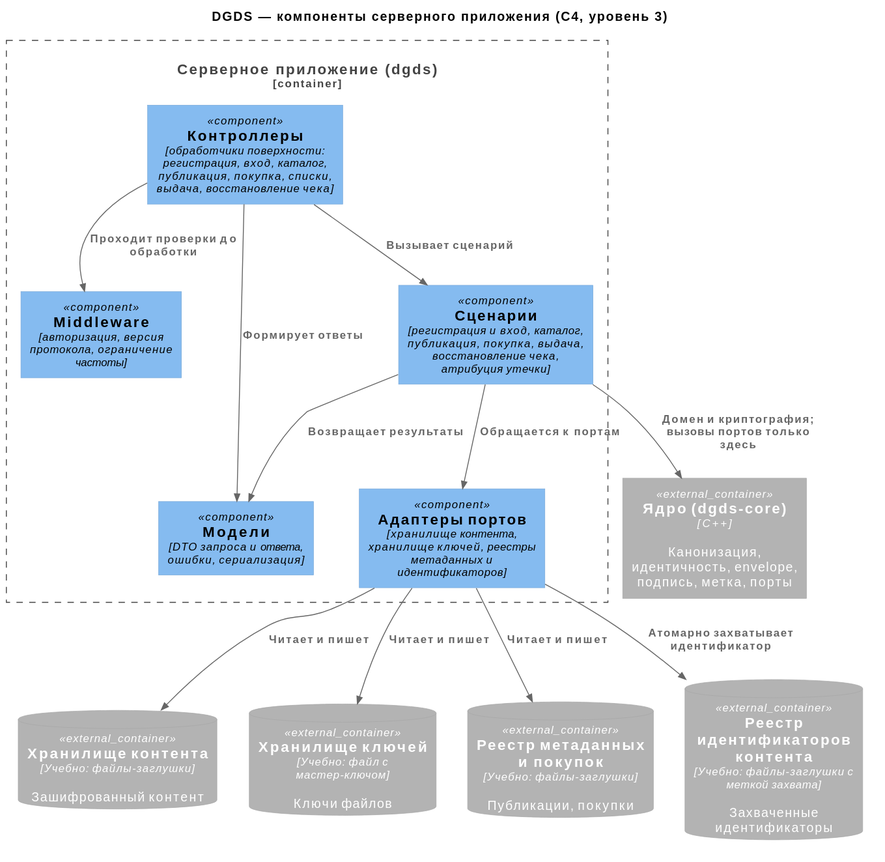
plushcube/dgds keeps this PlantUML diagram as docs/architecture/03-components-server.svg. Above is the earlier version.
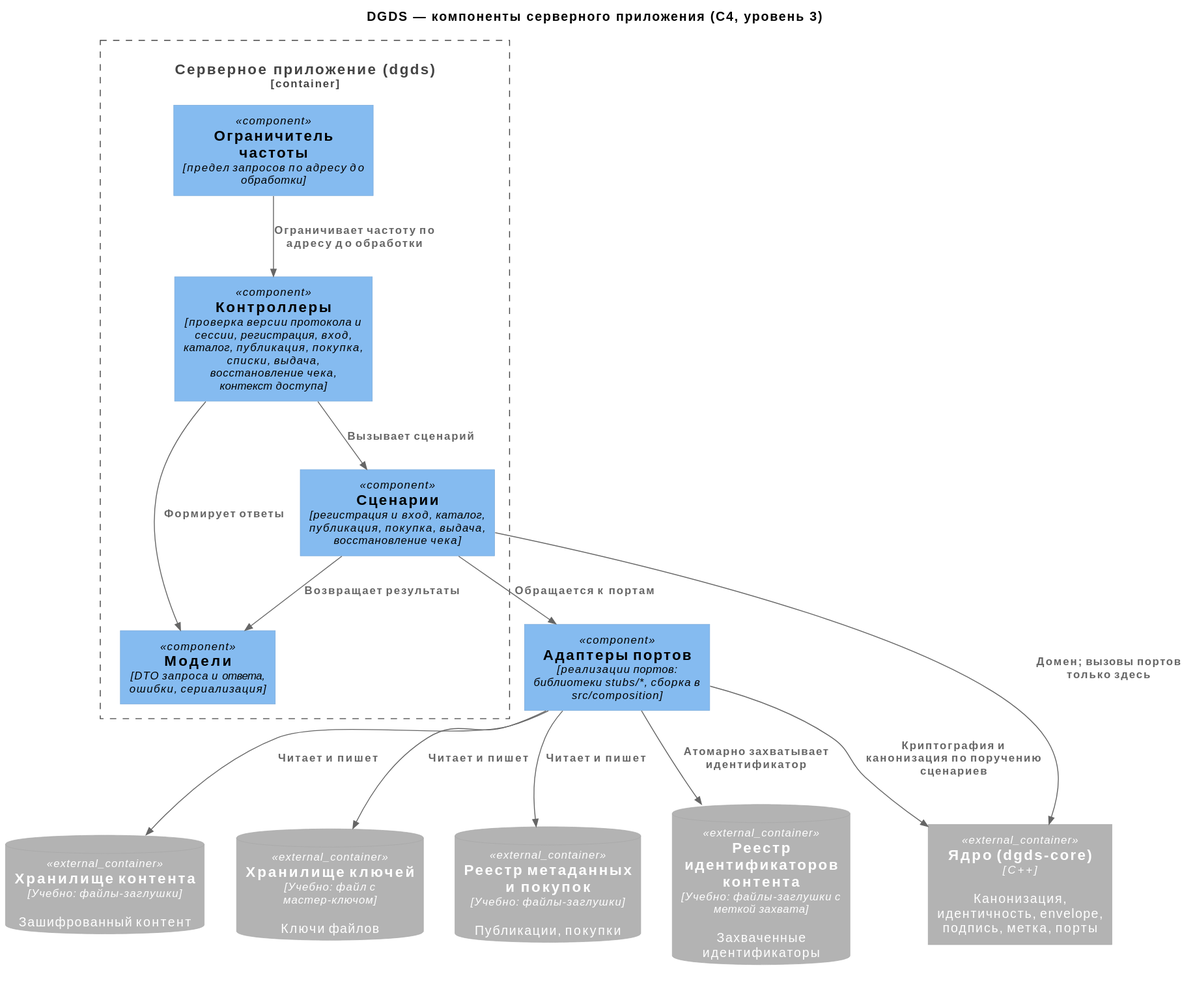
After the change.

What changed in the source:
```diff
@@ -4,12 +4,13 @@
 title DGDS — компоненты серверного приложения (C4, уровень 3)
 
 Container_Boundary(server, "Серверное приложение (dgds)") {
-  Component(middleware, "Middleware", "авторизация, версия протокола, ограничение частоты")
-  Component(controllers, "Контроллеры", "обработчики поверхности: регистрация, вход, каталог, публикация, покупка, списки, выдача, восстановление чека")
-  Component(services, "Сценарии", "регистрация и вход, каталог, публикация, покупка, выдача, восстановление чека, атрибуция утечки")
+  Component(limiter, "Ограничитель частоты", "предел запросов по адресу до обработки")
+  Component(controllers, "Контроллеры", "проверка версии протокола и сессии, регистрация, вход, каталог, публикация, покупка, списки, выдача, восстановление чека, контекст доступа")
+  Component(services, "Сценарии", "регистрация и вход, каталог, публикация, покупка, выдача, восстановление чека")
   Component(models, "Модели", "DTO запроса и ответа, ошибки, сериализация")
-  Component(adapters, "Адаптеры портов", "хранилище контента, хранилище ключей, реестры метаданных и идентификаторов")
 }
+
+Component(adapters, "Адаптеры портов", "реализации портов: библиотеки stubs/*, сборка в src/composition")
 
 Container_Ext(core, "Ядро (dgds-core)", "C++", "Канонизация, идентичность, envelope, подпись, метка, порты")
 ContainerDb_Ext(blobs, "Хранилище контента", "Учебно: файлы-заглушки", "Зашифрованный контент")
@@ -17,12 +18,13 @@
 ContainerDb_Ext(meta, "Реестр метаданных и покупок", "Учебно: файлы-заглушки", "Публикации, покупки")
 ContainerDb_Ext(identities, "Реестр идентификаторов контента", "Учебно: файлы-заглушки с меткой захвата", "Захваченные идентификаторы")
 
-Rel(controllers, middleware, "Проходит проверки до обработки")
+Rel(limiter, controllers, "Ограничивает частоту по адресу до обработки")
 Rel(controllers, services, "Вызывает сценарий")
 Rel(controllers, models, "Формирует ответы")
 Rel(services, models, "Возвращает результаты")
 Rel(services, adapters, "Обращается к портам")
-Rel(services, core, "Домен и криптография; вызовы портов только здесь")
+Rel(services, core, "Домен; вызовы портов только здесь")
+Rel(adapters, core, "Криптография и канонизация по поручению сценариев")
 Rel(adapters, blobs, "Читает и пишет")
 Rel(adapters, keys, "Читает и пишет")
 Rel(adapters, meta, "Читает и пишет")
```
